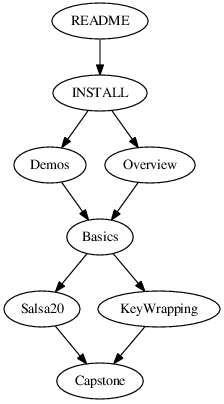
weaversa/cryptol-course keeps this Graphviz diagram as misc/deps.png. Above is the earlier version. Its source is kept beside it as misc/deps.gv. The source it was exported from:
```dot
digraph G {
  README -> INSTALL;
  INSTALL -> Demos;
  INSTALL -> Overview;
  Demos -> Basics;
  Overview -> Basics;
  Basics -> Salsa20;
  Basics -> KeyWrapping;
  Salsa20 -> Capstone;
  KeyWrapping -> Capstone;
}
```
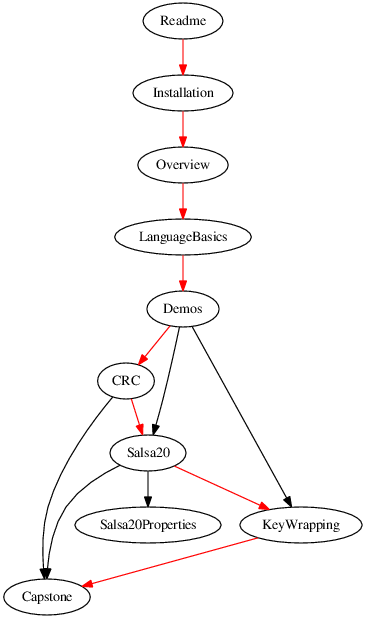
The same diagram one commit later.

Change to the diagram source:
```diff
@@ -1,11 +1,34 @@
 digraph G {
-  README -> INSTALL;
-  INSTALL -> Demos;
-  INSTALL -> Overview;
-  Demos -> Basics;
-  Overview -> Basics;
-  Basics -> Salsa20;
-  Basics -> KeyWrapping;
+
+  edge [color=red];
+  Readme -> Installation;
+  edge [color=red];
+  Installation -> Overview;
+
+
+  edge [color=red];
+  Overview -> LanguageBasics;
+  edge [color=red];
+  LanguageBasics->Demos;
+
+  edge [color=red];
+  Demos -> CRC;
+  edge [color=black];
+  Demos -> Salsa20;
+  edge [color=black];
+  Demos -> KeyWrapping
+  edge [color=red];
+  CRC -> Salsa20;
+  edge [color=red];
+  Salsa20 -> KeyWrapping;
+
+  edge [color=black];
+  Salsa20 -> Salsa20Properties;
+
+  edge [color=black];
+  CRC -> Capstone;
+  edge [color=black];
   Salsa20 -> Capstone;
+  edge [color=red];
   KeyWrapping -> Capstone;
 }
```
